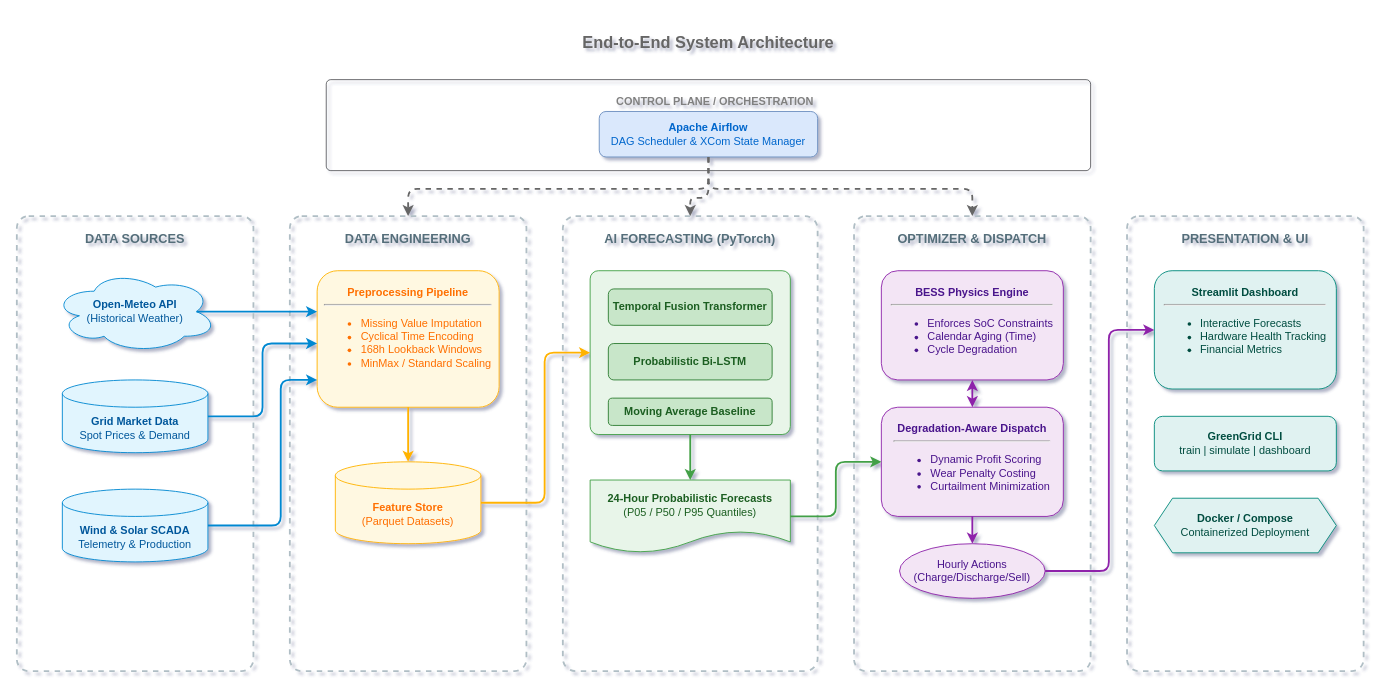
This is assets/system-architecture.drawio from mann-127/GreenGrid, a draw.io file, before an edit. Source tidied: cells renumbered, new cells numbered last; positions are measured from the earlier drawing's top-left corner, leaving out a move shared by most shapes. Both pictures are drawn from the tidied source at 91%, with x=0, y=0 at pixel (16, 15).
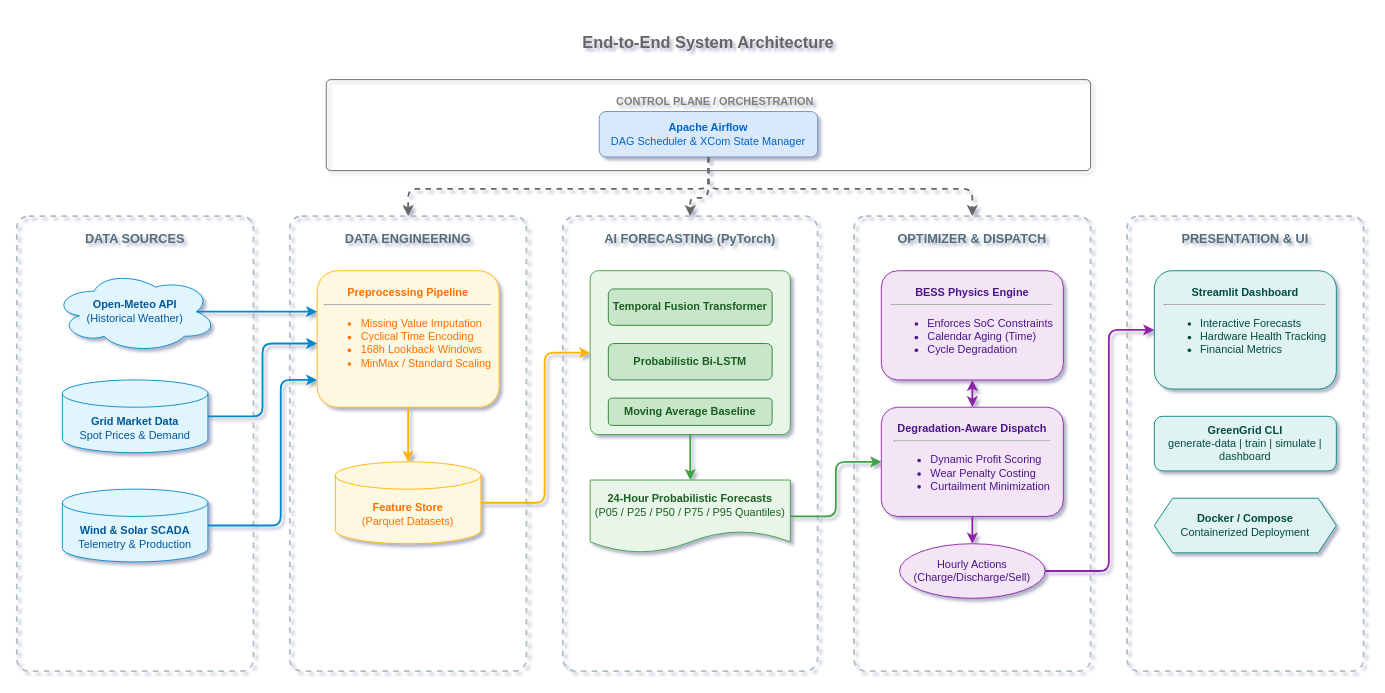
Above is the later version.

Commit message (it also covers changes not shown here):
Update README and system architecture diagrams for improved clarity and detail (#4)

What changed in the source:
```diff
@@
-    <mxCell id="20" value="&lt;b&gt;24-Hour Probabilistic Forecasts&lt;/b&gt;&lt;br&gt;(P05 / P50 / P95 Quantiles)" style="shape=document;whiteSpace=wrap;html=1;boundedLbl=1;fillColor=#e8f5e9;strokeColor=#43a047;fontColor=#1b5e20;" parent="1" vertex="1">
+    <mxCell id="20" value="&lt;b&gt;24-Hour Probabilistic Forecasts&lt;/b&gt;&lt;br&gt;(P05 / P25 / P50 / P75 / P95 Quantiles)" style="shape=document;whiteSpace=wrap;html=1;boundedLbl=1;fillColor=#e8f5e9;strokeColor=#43a047;fontColor=#1b5e20;" parent="1" vertex="1">
       <mxGeometry x="630" y="510" width="220" height="80" as="geometry" />
     </mxCell>
@@
-    <mxCell id="29" value="&lt;b&gt;GreenGrid CLI&lt;/b&gt;&lt;br&gt;train | simulate | dashboard" style="rounded=1;whiteSpace=wrap;html=1;fillColor=#e0f2f1;strokeColor=#00897b;fontColor=#004d40;" parent="1" vertex="1">
+    <mxCell id="29" value="&lt;b&gt;GreenGrid CLI&lt;/b&gt;&lt;br&gt;generate-data | train | simulate | dashboard" style="rounded=1;whiteSpace=wrap;html=1;fillColor=#e0f2f1;strokeColor=#00897b;fontColor=#004d40;" parent="1" vertex="1">
       <mxGeometry x="1250" y="440" width="200" height="60" as="geometry" />
     </mxCell>
```
